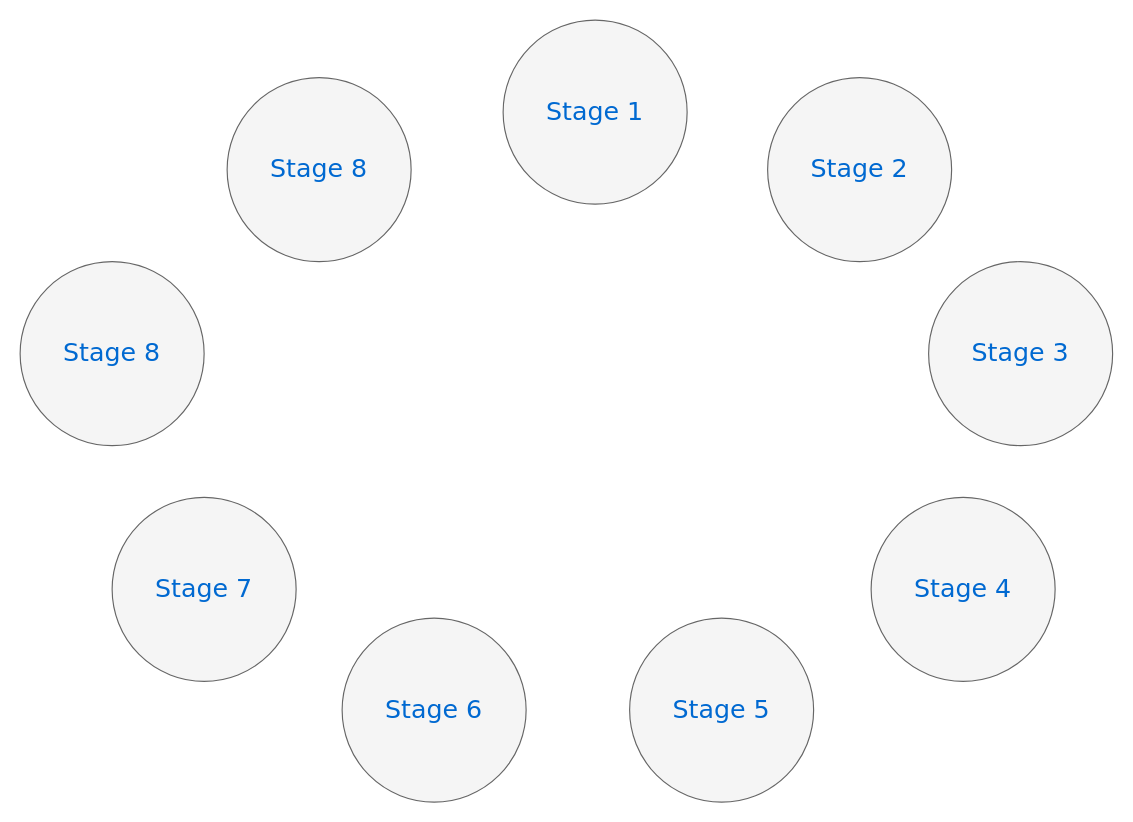
lcw650/lcw2 keeps this draw.io diagram as Untitled Diagram.drawio. Above is the earlier version. Source tidied: cells renumbered, new cells numbered last; positions are measured from the earlier drawing's top-left corner, leaving out a move shared by most shapes. Both pictures are drawn from the tidied source at 115%, with x=0, y=0 at pixel (20, 20).
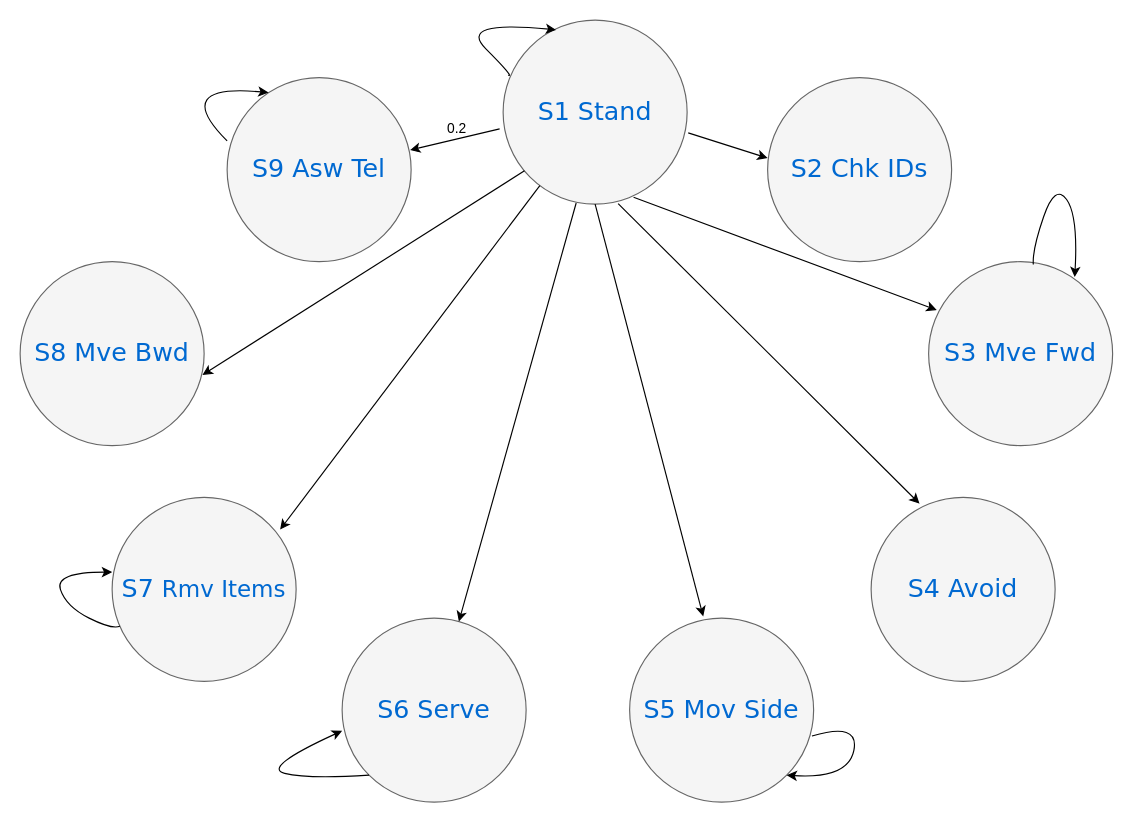
The same diagram, later.

What changed in the source:
```diff
@@
-    <mxCell id="2" value="Stage 1" style="ellipse;whiteSpace=wrap;html=1;rounded=0;shadow=0;dashed=0;comic=0;fontFamily=Verdana;fontSize=22;fontColor=#0069D1;fillColor=#f5f5f5;strokeColor=#666666;" parent="1" vertex="1">
+    <mxCell id="2" value="S1 Stand" style="ellipse;whiteSpace=wrap;html=1;rounded=0;shadow=0;dashed=0;comic=0;fontFamily=Verdana;fontSize=22;fontColor=#0069D1;fillColor=#f5f5f5;strokeColor=#666666;" parent="1" vertex="1">
       <mxGeometry x="420" width="160" height="160" as="geometry" />
     </mxCell>
-    <mxCell id="3" value="Stage 5" style="ellipse;whiteSpace=wrap;html=1;rounded=0;shadow=0;dashed=0;comic=0;fontFamily=Verdana;fontSize=22;fontColor=#0069D1;fillColor=#f5f5f5;strokeColor=#666666;" parent="1" vertex="1">
+    <mxCell id="3" value="S5 Mov Side" style="ellipse;whiteSpace=wrap;html=1;rounded=0;shadow=0;dashed=0;comic=0;fontFamily=Verdana;fontSize=22;fontColor=#0069D1;fillColor=#f5f5f5;strokeColor=#666666;" parent="1" vertex="1">
       <mxGeometry x="530" y="520" width="160" height="160" as="geometry" />
     </mxCell>
-    <mxCell id="4" value="Stage 3" style="ellipse;whiteSpace=wrap;html=1;rounded=0;shadow=0;dashed=0;comic=0;fontFamily=Verdana;fontSize=22;fontColor=#0069D1;fillColor=#f5f5f5;strokeColor=#666666;" parent="1" vertex="1">
+    <mxCell id="4" value="S3 Mve Fwd" style="ellipse;whiteSpace=wrap;html=1;rounded=0;shadow=0;dashed=0;comic=0;fontFamily=Verdana;fontSize=22;fontColor=#0069D1;fillColor=#f5f5f5;strokeColor=#666666;" parent="1" vertex="1">
       <mxGeometry x="790" y="210" width="160" height="160" as="geometry" />
     </mxCell>
-    <mxCell id="5" value="Stage 7" style="ellipse;whiteSpace=wrap;html=1;rounded=0;shadow=0;dashed=0;comic=0;fontFamily=Verdana;fontSize=22;fontColor=#0069D1;fillColor=#f5f5f5;strokeColor=#666666;" parent="1" vertex="1">
+    <mxCell id="5" value="S7 &lt;font style=&quot;font-size: 20px;&quot;&gt;Rmv Items&lt;/font&gt;" style="ellipse;whiteSpace=wrap;html=1;rounded=0;shadow=0;dashed=0;comic=0;fontFamily=Verdana;fontSize=22;fontColor=#0069D1;fillColor=#f5f5f5;strokeColor=#666666;" parent="1" vertex="1">
       <mxGeometry x="80" y="415" width="160" height="160" as="geometry" />
     </mxCell>
-    <mxCell id="6" value="Stage 8" style="ellipse;whiteSpace=wrap;html=1;rounded=0;shadow=0;dashed=0;comic=0;fontFamily=Verdana;fontSize=22;fontColor=#0069D1;fillColor=#f5f5f5;strokeColor=#666666;" parent="1" vertex="1">
+    <mxCell id="6" value="S8 Mve Bwd" style="ellipse;whiteSpace=wrap;html=1;rounded=0;shadow=0;dashed=0;comic=0;fontFamily=Verdana;fontSize=22;fontColor=#0069D1;fillColor=#f5f5f5;strokeColor=#666666;" parent="1" vertex="1">
       <mxGeometry y="210" width="160" height="160" as="geometry" />
     </mxCell>
-    <mxCell id="7" value="Stage 2" style="ellipse;whiteSpace=wrap;html=1;rounded=0;shadow=0;dashed=0;comic=0;fontFamily=Verdana;fontSize=22;fontColor=#0069D1;fillColor=#f5f5f5;strokeColor=#666666;" parent="1" vertex="1">
+    <mxCell id="7" value="S2 Chk IDs" style="ellipse;whiteSpace=wrap;html=1;rounded=0;shadow=0;dashed=0;comic=0;fontFamily=Verdana;fontSize=22;fontColor=#0069D1;fillColor=#f5f5f5;strokeColor=#666666;" parent="1" vertex="1">
       <mxGeometry x="650" y="50" width="160" height="160" as="geometry" />
     </mxCell>
-    <mxCell id="8" value="Stage 4" style="ellipse;whiteSpace=wrap;html=1;rounded=0;shadow=0;dashed=0;comic=0;fontFamily=Verdana;fontSize=22;fontColor=#0069D1;fillColor=#f5f5f5;strokeColor=#666666;" parent="1" vertex="1">
+    <mxCell id="8" value="S4 Avoid" style="ellipse;whiteSpace=wrap;html=1;rounded=0;shadow=0;dashed=0;comic=0;fontFamily=Verdana;fontSize=22;fontColor=#0069D1;fillColor=#f5f5f5;strokeColor=#666666;" parent="1" vertex="1">
       <mxGeometry x="740" y="415" width="160" height="160" as="geometry" />
     </mxCell>
-    <mxCell id="9" value="Stage 6" style="ellipse;whiteSpace=wrap;html=1;rounded=0;shadow=0;dashed=0;comic=0;fontFamily=Verdana;fontSize=22;fontColor=#0069D1;fillColor=#f5f5f5;strokeColor=#666666;" parent="1" vertex="1">
+    <mxCell id="9" value="S6 Serve" style="ellipse;whiteSpace=wrap;html=1;rounded=0;shadow=0;dashed=0;comic=0;fontFamily=Verdana;fontSize=22;fontColor=#0069D1;fillColor=#f5f5f5;strokeColor=#666666;" parent="1" vertex="1">
       <mxGeometry x="280" y="520" width="160" height="160" as="geometry" />
     </mxCell>
-    <mxCell id="10" value="Stage 8" style="ellipse;whiteSpace=wrap;html=1;rounded=0;shadow=0;dashed=0;comic=0;fontFamily=Verdana;fontSize=22;fontColor=#0069D1;fillColor=#f5f5f5;strokeColor=#666666;" parent="1" vertex="1">
+    <mxCell id="10" value="S9 Asw Tel" style="ellipse;whiteSpace=wrap;html=1;rounded=0;shadow=0;dashed=0;comic=0;fontFamily=Verdana;fontSize=22;fontColor=#0069D1;fillColor=#f5f5f5;strokeColor=#666666;" parent="1" vertex="1">
       <mxGeometry x="180" y="50" width="160" height="160" as="geometry" />
     </mxCell>
+    <mxCell id="11" style="curved=1;endArrow=classic;html=1;rounded=0;entryX=0.288;entryY=0.053;entryDx=0;entryDy=0;entryPerimeter=0;exitX=0.028;exitY=0.3;exitDx=0;exitDy=0;exitPerimeter=0;" parent="1" edge="1" source="2" target="2">
+      <mxGeometry relative="1" as="geometry">
+        <Array as="points">
+          <mxPoint x="430" y="50" />
+          <mxPoint x="380" />
+        </Array>
+      </mxGeometry>
+    </mxCell>
+    <mxCell id="12" style="curved=1;endArrow=classic;html=1;rounded=0;exitX=0.569;exitY=0.016;exitDx=0;exitDy=0;exitPerimeter=0;entryX=0.794;entryY=0.084;entryDx=0;entryDy=0;entryPerimeter=0;" parent="1" edge="1" source="4" target="4">
+      <mxGeometry relative="1" as="geometry">
+        <Array as="points">
+          <mxPoint x="880" y="200" />
+          <mxPoint x="900" y="142" />
+          <mxPoint x="920" y="170" />
+        </Array>
+      </mxGeometry>
+    </mxCell>
+    <mxCell id="13" style="curved=1;endArrow=classic;html=1;rounded=0;entryX=0.288;entryY=0.053;entryDx=0;entryDy=0;entryPerimeter=0;exitX=0;exitY=1;exitDx=0;exitDy=0;" parent="1" edge="1" source="9">
+      <mxGeometry relative="1" as="geometry">
+        <mxPoint x="280" y="618" as="targetPoint" />
+        <Array as="points">
+          <mxPoint x="250" y="660" />
+          <mxPoint x="210" y="650" />
+        </Array>
+      </mxGeometry>
+    </mxCell>
+    <mxCell id="14" style="curved=1;endArrow=classic;html=1;rounded=0;exitX=0.991;exitY=0.641;exitDx=0;exitDy=0;exitPerimeter=0;entryX=1;entryY=1;entryDx=0;entryDy=0;" parent="1" edge="1" source="3" target="3">
+      <mxGeometry relative="1" as="geometry">
+        <Array as="points">
+          <mxPoint x="730" y="610" />
+          <mxPoint x="720" y="660" />
+        </Array>
+      </mxGeometry>
+    </mxCell>
+    <mxCell id="15" style="curved=1;endArrow=classic;html=1;rounded=0;" parent="1" edge="1" source="5">
+      <mxGeometry relative="1" as="geometry">
+        <mxPoint x="80" y="480" as="targetPoint" />
+        <Array as="points">
+          <mxPoint x="80" y="530" />
+          <mxPoint x="40" y="510" />
+          <mxPoint x="30" y="480" />
+        </Array>
+      </mxGeometry>
+    </mxCell>
+    <mxCell id="16" style="curved=1;endArrow=classic;html=1;rounded=0;entryX=0.288;entryY=0.053;entryDx=0;entryDy=0;entryPerimeter=0;" parent="1" edge="1">
+      <mxGeometry relative="1" as="geometry">
+        <mxPoint x="180" y="105" as="sourcePoint" />
+        <mxPoint x="216" y="63" as="targetPoint" />
+        <Array as="points">
+          <mxPoint x="180" y="105" />
+          <mxPoint x="130" y="55" />
+        </Array>
+      </mxGeometry>
+    </mxCell>
+    <mxCell id="17" style="endArrow=classic;html=1;rounded=0;exitX=1.006;exitY=0.613;exitDx=0;exitDy=0;exitPerimeter=0;" parent="1" edge="1" source="2">
+      <mxGeometry relative="1" as="geometry">
+        <mxPoint x="650" y="120" as="targetPoint" />
+      </mxGeometry>
+    </mxCell>
+    <mxCell id="18" style="endArrow=classic;html=1;rounded=0;entryX=0.044;entryY=0.263;entryDx=0;entryDy=0;entryPerimeter=0;exitX=0.709;exitY=0.963;exitDx=0;exitDy=0;exitPerimeter=0;" parent="1" edge="1" source="2" target="4">
+      <mxGeometry relative="1" as="geometry" />
+    </mxCell>
+    <mxCell id="19" style="endArrow=classic;html=1;rounded=0;exitX=0.397;exitY=0.994;exitDx=0;exitDy=0;exitPerimeter=0;" parent="1" edge="1" source="2" target="9">
+      <mxGeometry relative="1" as="geometry" />
+    </mxCell>
+    <mxCell id="20" style="endArrow=classic;html=1;rounded=0;entryX=0.4;entryY=-0.009;entryDx=0;entryDy=0;entryPerimeter=0;exitX=0.5;exitY=1;exitDx=0;exitDy=0;" parent="1" edge="1" source="2" target="3">
+      <mxGeometry relative="1" as="geometry" />
+    </mxCell>
+    <mxCell id="21" style="endArrow=classic;html=1;rounded=0;entryX=0.263;entryY=0.034;entryDx=0;entryDy=0;entryPerimeter=0;exitX=0.625;exitY=0.997;exitDx=0;exitDy=0;exitPerimeter=0;" parent="1" edge="1" source="2" target="8">
+      <mxGeometry relative="1" as="geometry" />
+    </mxCell>
+    <mxCell id="22" style="endArrow=classic;html=1;rounded=0;entryX=0.991;entryY=0.616;entryDx=0;entryDy=0;entryPerimeter=0;exitX=0.116;exitY=0.819;exitDx=0;exitDy=0;exitPerimeter=0;" parent="1" edge="1" source="2" target="6">
+      <mxGeometry relative="1" as="geometry" />
+    </mxCell>
+    <mxCell id="23" style="endArrow=classic;html=1;rounded=0;entryX=0.913;entryY=0.175;entryDx=0;entryDy=0;entryPerimeter=0;" parent="1" edge="1" source="2" target="5">
+      <mxGeometry relative="1" as="geometry" />
+    </mxCell>
+    <mxCell id="24" style="endArrow=classic;html=1;rounded=0;exitX=-0.019;exitY=0.591;exitDx=0;exitDy=0;exitPerimeter=0;entryX=0.994;entryY=0.394;entryDx=0;entryDy=0;entryPerimeter=0;" parent="1" edge="1" source="2" target="10">
+      <mxGeometry relative="1" as="geometry" />
+    </mxCell>
+    <mxCell id="25" value="0.2" style="text;html=1;strokeColor=none;fillColor=none;align=center;verticalAlign=middle;whiteSpace=wrap;rounded=0;" parent="1" vertex="1">
+      <mxGeometry x="350" y="80" width="60" height="30" as="geometry" />
+    </mxCell>
```
